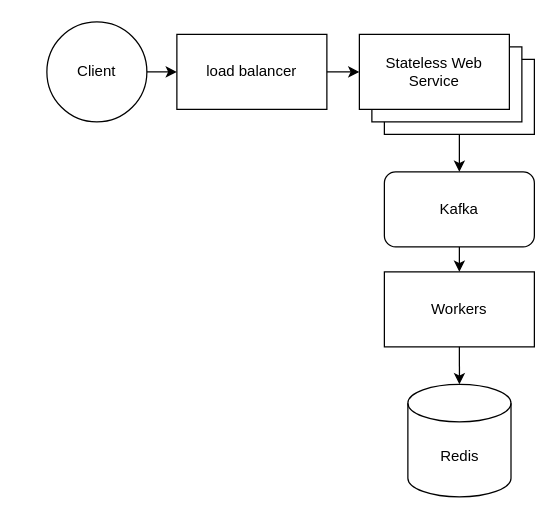
DavidHePing/System_Design_Practice_NetSkope keeps this draw.io diagram as SystemDesign1.drawio. Above is the earlier version. Source tidied: cells renumbered, new cells numbered last; positions are measured from the earlier drawing's top-left corner, leaving out a move shared by most shapes. Both pictures are drawn from the tidied source at 125%, with x=0, y=0 at pixel (46, 21).
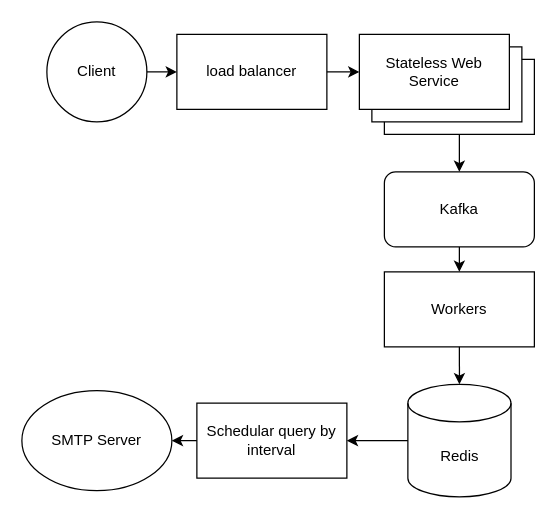
Above is the later version.

What changed in the source:
```diff
@@
 <mxGraphModel>
   <root>
     <mxCell id="0" />
     <mxCell id="1" parent="0" />
     <mxCell id="2" value="Client" style="ellipse;whiteSpace=wrap;html=1;" parent="1" vertex="1">
       <mxGeometry width="80" height="80" as="geometry" />
     </mxCell>
     <mxCell id="3" style="endArrow=classic;html=1;rounded=0;exitX=0.5;exitY=1;exitDx=0;exitDy=0;entryX=0.5;entryY=0;entryDx=0;entryDy=0;" parent="1" edge="1" source="5" target="11">
       <mxGeometry relative="1" as="geometry" />
     </mxCell>
     <mxCell id="4" style="group;" parent="1" vertex="1">
       <mxGeometry x="250" y="10" width="140" height="80" as="geometry" />
     </mxCell>
     <mxCell id="5" style="rounded=0;whiteSpace=wrap;html=1;" parent="4" vertex="1">
       <mxGeometry x="20" y="20" width="120" height="60" as="geometry" />
     </mxCell>
     <mxCell id="6" style="rounded=0;whiteSpace=wrap;html=1;" parent="4" vertex="1">
       <mxGeometry x="10" y="10" width="120" height="60" as="geometry" />
     </mxCell>
     <mxCell id="7" value="Stateless Web Service" style="rounded=0;whiteSpace=wrap;html=1;" parent="4" vertex="1">
       <mxGeometry width="120" height="60" as="geometry" />
     </mxCell>
     <mxCell id="8" value="load balancer" style="rounded=0;whiteSpace=wrap;html=1;" parent="1" vertex="1">
       <mxGeometry x="104" y="10" width="120" height="60" as="geometry" />
     </mxCell>
     <mxCell id="9" style="edgeStyle=none;jettySize=auto;html=1;rounded=0;exitX=1;exitY=0.5;exitDx=0;exitDy=0;entryX=0;entryY=0.5;entryDx=0;entryDy=0;" parent="1" edge="1" source="2" target="8">
       <mxGeometry relative="1" as="geometry" />
     </mxCell>
     <mxCell id="10" style="edgeStyle=none;jettySize=auto;html=1;rounded=0;exitX=1;exitY=0.5;exitDx=0;exitDy=0;entryX=0;entryY=0.5;entryDx=0;entryDy=0;" parent="1" edge="1" source="8" target="7">
       <mxGeometry relative="1" as="geometry" />
     </mxCell>
     <mxCell id="11" value="Kafka" style="rounded=1;whiteSpace=wrap;html=1;" parent="1" vertex="1">
       <mxGeometry x="270" y="120" width="120" height="60" as="geometry" />
     </mxCell>
     <mxCell id="12" value="Workers" style="whiteSpace=wrap;html=1;" parent="1" vertex="1">
       <mxGeometry x="270" y="200" width="120" height="60" as="geometry" />
     </mxCell>
     <mxCell id="13" style="edgeStyle=none;jettySize=auto;html=1;rounded=0;exitX=0.5;exitY=1;exitDx=0;exitDy=0;entryX=0.5;entryY=0;entryDx=0;entryDy=0;" parent="1" edge="1" source="11" target="12">
       <mxGeometry relative="1" as="geometry" />
     </mxCell>
     <mxCell id="14" value="Redis" style="shape=cylinder3;whiteSpace=wrap;html=1;boundedLbl=1;backgroundOutline=1;size=15;" parent="1" vertex="1">
       <mxGeometry x="288.8" y="290" width="82.5" height="90" as="geometry" />
     </mxCell>
     <mxCell id="15" style="edgeStyle=none;jettySize=auto;html=1;rounded=0;exitX=0.5;exitY=1;exitDx=0;exitDy=0;entryX=0.5;entryY=0;entryDx=0;entryDy=0;entryPerimeter=0;" parent="1" edge="1" source="12" target="14">
       <mxGeometry relative="1" as="geometry" />
     </mxCell>
+    <mxCell id="16" value="SMTP Server" style="ellipse;whiteSpace=wrap;html=1;" parent="1" vertex="1">
+      <mxGeometry x="-20" y="295" width="120" height="80" as="geometry" />
+    </mxCell>
+    <mxCell id="17" value="Schedular query by interval" style="rounded=0;whiteSpace=wrap;html=1;" parent="1" vertex="1">
+      <mxGeometry x="120" y="305" width="120" height="60" as="geometry" />
+    </mxCell>
+    <mxCell id="18" style="edgeStyle=none;jettySize=auto;html=1;rounded=0;exitX=0;exitY=0.5;exitDx=0;exitDy=0;exitPerimeter=0;entryX=1;entryY=0.5;entryDx=0;entryDy=0;" parent="1" edge="1" source="14" target="17">
+      <mxGeometry relative="1" as="geometry" />
+    </mxCell>
+    <mxCell id="19" style="edgeStyle=none;jettySize=auto;html=1;rounded=0;exitX=0;exitY=0.5;exitDx=0;exitDy=0;entryX=1;entryY=0.5;entryDx=0;entryDy=0;" parent="1" edge="1" source="17" target="16">
+      <mxGeometry relative="1" as="geometry" />
+    </mxCell>
   </root>
 </mxGraphModel>
```
